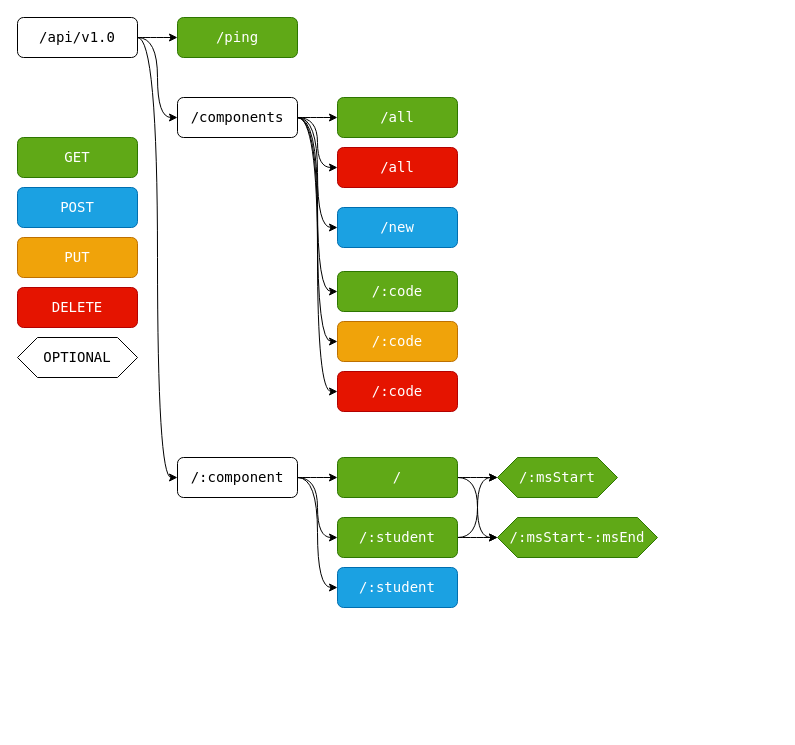
StudentOwl/StudentOwl-API keeps this draw.io diagram as docs/StundentOwl-API-Endpoints.drawio. Above is the earlier version. Source tidied: cells renumbered, new cells numbered last; positions are measured from the earlier drawing's top-left corner, leaving out a move shared by most shapes. Both pictures are drawn from the tidied source at 100%, with x=0, y=0 at pixel (17, 17).
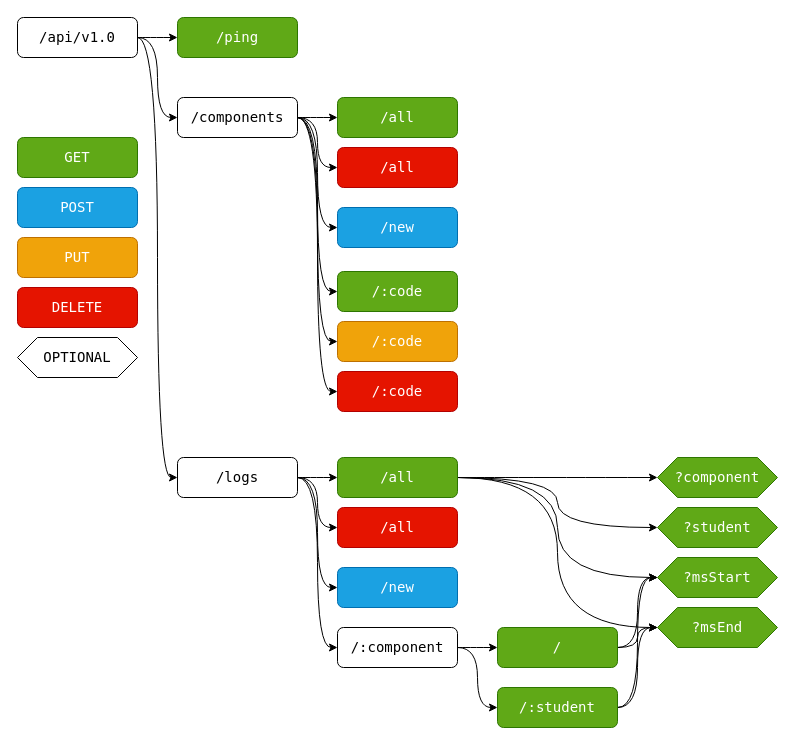
The same page after the edit.

Commit message (it also covers changes not shown here):
Changed endpoints diagram

The change refers to these unchanged cells:
```xml
<mxCell id="5" value="/api/v1.0" style="rounded=1;whiteSpace=wrap;html=1;shadow=0;sketch=0;fontFamily=Lucida Console;fontStyle=0;fontSize=14;" parent="1" vertex="1">
  <mxGeometry width="120" height="40" as="geometry" />
</mxCell>
```

Diff of the diagram source:
```diff
@@
-    <mxCell id="4" style="edgeStyle=orthogonalEdgeStyle;curved=1;rounded=0;sketch=0;jettySize=auto;html=1;exitX=1;exitY=0.5;exitDx=0;exitDy=0;entryX=0;entryY=0.5;entryDx=0;entryDy=0;shadow=0;fontFamily=Lucida Console;fontSize=14;" parent="1" edge="1" source="5" target="27">
-      <mxGeometry relative="1" as="geometry" />
-    </mxCell>
+    <mxCell id="38" style="edgeStyle=orthogonalEdgeStyle;rounded=0;jettySize=auto;html=1;exitX=1;exitY=0.5;exitDx=0;exitDy=0;entryX=0;entryY=0.5;entryDx=0;entryDy=0;curved=1;" parent="1" edge="1" source="5" target="43">
+      <mxGeometry relative="1" as="geometry" />
+    </mxCell>
@@
-    <mxCell id="25" style="edgeStyle=orthogonalEdgeStyle;curved=1;rounded=0;sketch=0;jettySize=auto;html=1;exitX=1;exitY=0.5;exitDx=0;exitDy=0;entryX=0;entryY=0.5;entryDx=0;entryDy=0;shadow=0;fontFamily=Lucida Console;fontSize=14;" parent="1" edge="1" source="27" target="37">
-      <mxGeometry relative="1" as="geometry" />
-    </mxCell>
@@
     <mxCell id="27" value="/:component" style="rounded=1;whiteSpace=wrap;html=1;shadow=0;sketch=0;fontFamily=Lucida Console;fontStyle=0;fontSize=14;" parent="1" vertex="1">
-      <mxGeometry x="160" y="440" width="120" height="40" as="geometry" />
+      <mxGeometry x="320" y="610" width="120" height="40" as="geometry" />
     </mxCell>
@@
     <mxCell id="30" value="/" style="rounded=1;whiteSpace=wrap;html=1;fillColor=#60a917;strokeColor=#2D7600;fontColor=#ffffff;shadow=0;sketch=0;fontFamily=Lucida Console;fontStyle=0;fontSize=14;" parent="1" vertex="1">
-      <mxGeometry x="320" y="440" width="120" height="40" as="geometry" />
+      <mxGeometry x="480" y="610" width="120" height="40" as="geometry" />
     </mxCell>
@@
-    <mxCell id="32" value="/:msStart" style="shape=hexagon;perimeter=hexagonPerimeter2;whiteSpace=wrap;html=1;fixedSize=1;shadow=0;fontFamily=Lucida Console;fontSize=14;fillColor=#60a917;strokeColor=#2D7600;fontColor=#ffffff;" parent="1" vertex="1">
-      <mxGeometry x="480" y="440" width="120" height="40" as="geometry" />
+    <mxCell id="32" value="?msStart" style="shape=hexagon;perimeter=hexagonPerimeter2;whiteSpace=wrap;html=1;fixedSize=1;shadow=0;fontFamily=Lucida Console;fontSize=14;fillColor=#60a917;strokeColor=#2D7600;fontColor=#ffffff;" parent="1" vertex="1">
+      <mxGeometry x="640" y="540" width="120" height="40" as="geometry" />
     </mxCell>
-    <mxCell id="33" value="/:msStart-:msEnd" style="shape=hexagon;perimeter=hexagonPerimeter2;whiteSpace=wrap;html=1;fixedSize=1;shadow=0;fontFamily=Lucida Console;fontSize=14;fillColor=#60a917;strokeColor=#2D7600;fontColor=#ffffff;" parent="1" vertex="1">
-      <mxGeometry x="480" y="500" width="160" height="40" as="geometry" />
+    <mxCell id="33" value="?msEnd" style="shape=hexagon;perimeter=hexagonPerimeter2;whiteSpace=wrap;html=1;fixedSize=1;shadow=0;fontFamily=Lucida Console;fontSize=14;fillColor=#60a917;strokeColor=#2D7600;fontColor=#ffffff;" parent="1" vertex="1">
+      <mxGeometry x="640" y="590" width="120" height="40" as="geometry" />
     </mxCell>
@@
     <mxCell id="36" value="/:student" style="rounded=1;whiteSpace=wrap;html=1;fillColor=#60a917;strokeColor=#2D7600;fontColor=#ffffff;shadow=0;sketch=0;fontFamily=Lucida Console;fontStyle=0;fontSize=14;" parent="1" vertex="1">
-      <mxGeometry x="320" y="500" width="120" height="40" as="geometry" />
+      <mxGeometry x="480" y="670" width="120" height="40" as="geometry" />
     </mxCell>
-    <mxCell id="37" value="/:student" style="rounded=1;whiteSpace=wrap;html=1;fillColor=#1ba1e2;strokeColor=#006EAF;fontColor=#ffffff;shadow=0;sketch=0;fontFamily=Lucida Console;fontStyle=0;fontSize=14;" parent="1" vertex="1">
-      <mxGeometry x="320" y="550" width="120" height="40" as="geometry" />
-    </mxCell>
+    <mxCell id="39" style="edgeStyle=orthogonalEdgeStyle;curved=1;rounded=0;jettySize=auto;html=1;exitX=1;exitY=0.5;exitDx=0;exitDy=0;entryX=0;entryY=0.5;entryDx=0;entryDy=0;" parent="1" edge="1" source="43" target="48">
+      <mxGeometry relative="1" as="geometry" />
+    </mxCell>
+    <mxCell id="40" style="edgeStyle=orthogonalEdgeStyle;curved=1;rounded=0;jettySize=auto;html=1;exitX=1;exitY=0.5;exitDx=0;exitDy=0;entryX=0;entryY=0.5;entryDx=0;entryDy=0;" parent="1" edge="1" source="43" target="49">
+      <mxGeometry relative="1" as="geometry" />
+    </mxCell>
+    <mxCell id="41" style="edgeStyle=orthogonalEdgeStyle;curved=1;rounded=0;jettySize=auto;html=1;exitX=1;exitY=0.5;exitDx=0;exitDy=0;entryX=0;entryY=0.5;entryDx=0;entryDy=0;" parent="1" edge="1" source="43" target="50">
+      <mxGeometry relative="1" as="geometry" />
+    </mxCell>
+    <mxCell id="42" style="edgeStyle=orthogonalEdgeStyle;curved=1;rounded=0;jettySize=auto;html=1;exitX=1;exitY=0.5;exitDx=0;exitDy=0;entryX=0;entryY=0.5;entryDx=0;entryDy=0;" parent="1" edge="1" source="43" target="27">
+      <mxGeometry relative="1" as="geometry" />
+    </mxCell>
+    <mxCell id="43" value="/logs" style="rounded=1;whiteSpace=wrap;html=1;shadow=0;sketch=0;fontFamily=Lucida Console;fontStyle=0;fontSize=14;" parent="1" vertex="1">
+      <mxGeometry x="160" y="440" width="120" height="40" as="geometry" />
+    </mxCell>
+    <mxCell id="44" style="edgeStyle=orthogonalEdgeStyle;curved=1;rounded=0;jettySize=auto;html=1;exitX=1;exitY=0.5;exitDx=0;exitDy=0;entryX=0;entryY=0.5;entryDx=0;entryDy=0;" parent="1" edge="1" source="48" target="32">
+      <mxGeometry relative="1" as="geometry" />
+    </mxCell>
+    <mxCell id="45" style="edgeStyle=orthogonalEdgeStyle;curved=1;rounded=0;jettySize=auto;html=1;exitX=1;exitY=0.5;exitDx=0;exitDy=0;entryX=0;entryY=0.5;entryDx=0;entryDy=0;" parent="1" edge="1" source="48" target="33">
+      <mxGeometry relative="1" as="geometry" />
+    </mxCell>
+    <mxCell id="46" style="edgeStyle=orthogonalEdgeStyle;curved=1;rounded=0;jettySize=auto;html=1;exitX=1;exitY=0.5;exitDx=0;exitDy=0;entryX=0;entryY=0.5;entryDx=0;entryDy=0;" parent="1" edge="1" source="48" target="52">
+      <mxGeometry relative="1" as="geometry" />
+    </mxCell>
+    <mxCell id="47" style="edgeStyle=orthogonalEdgeStyle;curved=1;rounded=0;jettySize=auto;html=1;exitX=1;exitY=0.5;exitDx=0;exitDy=0;entryX=0;entryY=0.5;entryDx=0;entryDy=0;" parent="1" edge="1" source="48" target="51">
+      <mxGeometry relative="1" as="geometry" />
+    </mxCell>
+    <mxCell id="48" value="/all" style="rounded=1;whiteSpace=wrap;html=1;fillColor=#60a917;strokeColor=#2D7600;fontColor=#ffffff;shadow=0;sketch=0;fontFamily=Lucida Console;fontStyle=0;fontSize=14;" parent="1" vertex="1">
+      <mxGeometry x="320" y="440" width="120" height="40" as="geometry" />
+    </mxCell>
+    <mxCell id="49" value="/all" style="rounded=1;whiteSpace=wrap;html=1;fillColor=#e51400;strokeColor=#B20000;fontColor=#ffffff;shadow=0;sketch=0;fontFamily=Lucida Console;fontStyle=0;fontSize=14;" parent="1" vertex="1">
+      <mxGeometry x="320" y="490" width="120" height="40" as="geometry" />
+    </mxCell>
+    <mxCell id="50" value="/new" style="rounded=1;whiteSpace=wrap;html=1;fillColor=#1ba1e2;strokeColor=#006EAF;fontColor=#ffffff;shadow=0;sketch=0;fontFamily=Lucida Console;fontStyle=0;fontSize=14;" parent="1" vertex="1">
+      <mxGeometry x="320" y="550" width="120" height="40" as="geometry" />
+    </mxCell>
+    <mxCell id="51" value="?student" style="shape=hexagon;perimeter=hexagonPerimeter2;whiteSpace=wrap;html=1;fixedSize=1;shadow=0;fontFamily=Lucida Console;fontSize=14;fillColor=#60a917;strokeColor=#2D7600;fontColor=#ffffff;" parent="1" vertex="1">
+      <mxGeometry x="640" y="490" width="120" height="40" as="geometry" />
+    </mxCell>
+    <mxCell id="52" value="?component" style="shape=hexagon;perimeter=hexagonPerimeter2;whiteSpace=wrap;html=1;fixedSize=1;shadow=0;fontFamily=Lucida Console;fontSize=14;fillColor=#60a917;strokeColor=#2D7600;fontColor=#ffffff;" parent="1" vertex="1">
+      <mxGeometry x="640" y="440" width="120" height="40" as="geometry" />
+    </mxCell>
```
